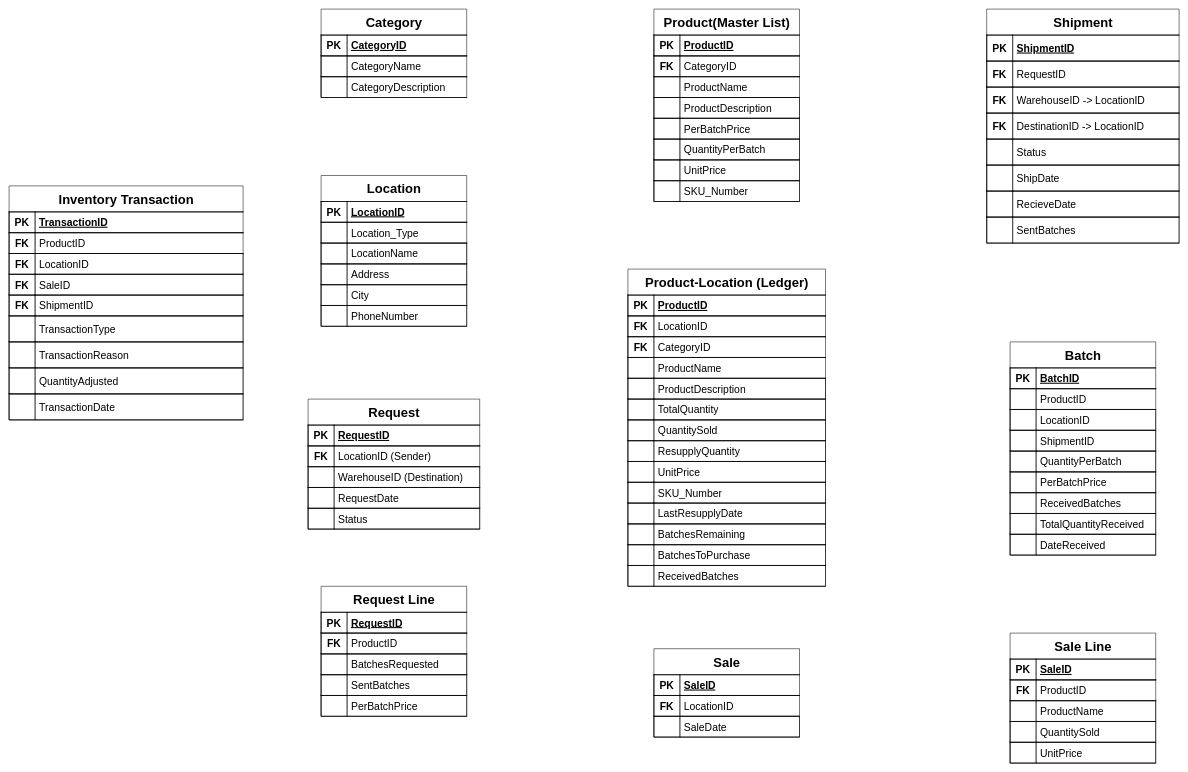
Above: GroceryERD.drawio in popados/01_diagrams (draw.io), before the change. Source tidied: cells renumbered, new cells numbered last; positions are measured from the earlier drawing's top-left corner, leaving out a move shared by most shapes. Both pictures are drawn from the tidied source at 52%, with x=0, y=0 at pixel (9, 9).
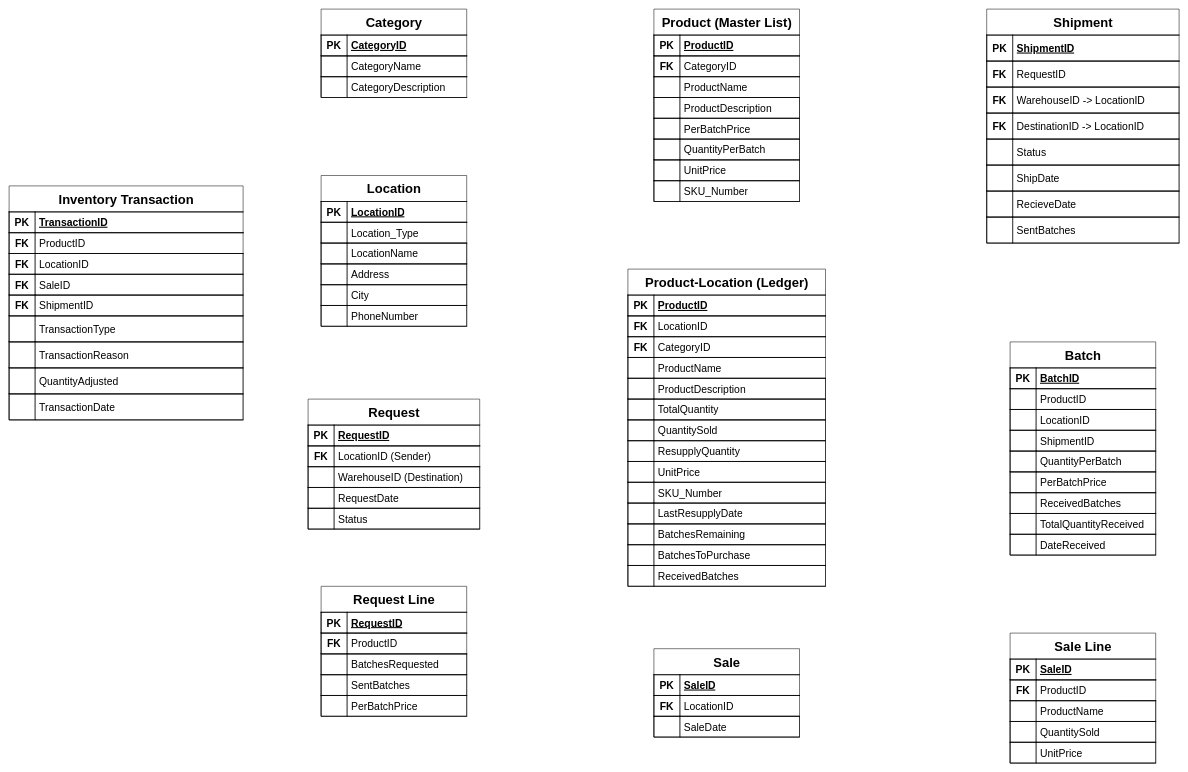
After the change.

The edit, as a diff of the source:
```diff
@@
-    <mxCell id="31" value="Product(Master List)" style="shape=table;startSize=50;childLayout=tableLayout;rowLines=0;fontStyle=1;align=center;html=1;right=1;left=1;bottom=1;top=1;resizeLastRow=1;fontSize=25;" parent="1" vertex="1">
+    <mxCell id="31" value="Product (Master List)" style="shape=table;startSize=50;childLayout=tableLayout;rowLines=0;fontStyle=1;align=center;html=1;right=1;left=1;bottom=1;top=1;resizeLastRow=1;fontSize=25;" parent="1" vertex="1">
       <mxGeometry x="1240" width="280" height="370" as="geometry" />
     </mxCell>
```
